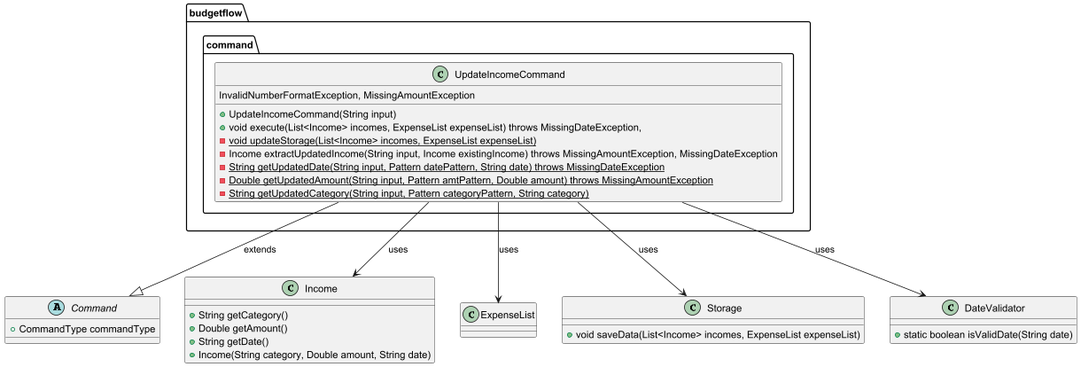
Earlier version of the PlantUML export docs/diagrams/UpdateIncomeCommandClass.png (thienkimtranhoang/tp). Its diagram source:
```plantuml
@startuml

package "budgetflow.command" {
    class UpdateIncomeCommand {

        + UpdateIncomeCommand(String input)
        + void execute(List<Income> incomes, ExpenseList expenseList) throws MissingDateException,
         InvalidNumberFormatException, MissingAmountException
        - {static} void updateStorage(List<Income> incomes, ExpenseList expenseList)
        - Income extractUpdatedIncome(String input, Income existingIncome) throws MissingAmountException, MissingDateException
        - {static} String getUpdatedDate(String input, Pattern datePattern, String date) throws MissingDateException
        - {static} Double getUpdatedAmount(String input, Pattern amtPattern, Double amount) throws MissingAmountException
        - {static} String getUpdatedCategory(String input, Pattern categoryPattern, String category)
    }
}

abstract class Command {
    + CommandType commandType
}

class Income {
    + String getCategory()
    + Double getAmount()
    + String getDate()
    + Income(String category, Double amount, String date)
}

class ExpenseList {}

class Storage {
    + void saveData(List<Income> incomes, ExpenseList expenseList)
}

class DateValidator {
    + static boolean isValidDate(String date)
}

UpdateIncomeCommand --|> Command : extends
UpdateIncomeCommand --> Income : uses
UpdateIncomeCommand --> ExpenseList : uses
UpdateIncomeCommand --> Storage : uses
UpdateIncomeCommand --> DateValidator : uses

@enduml
```
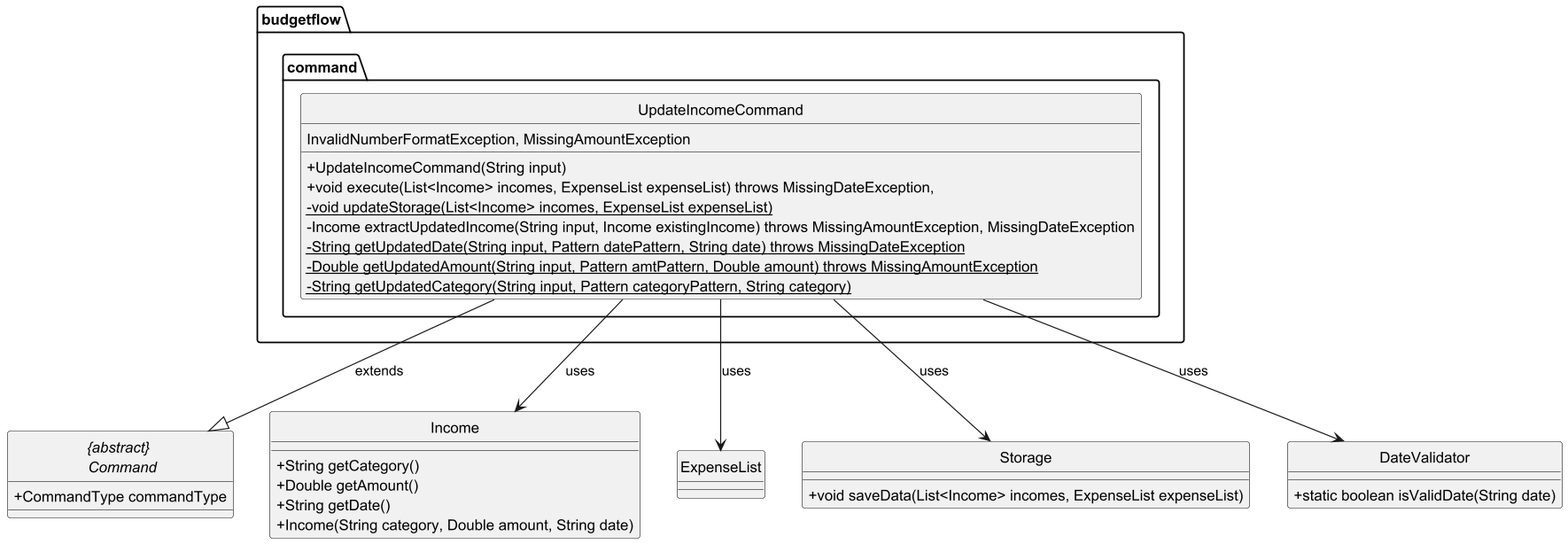
The same diagram one commit later.

What changed in the source:
```diff
@@ -1,4 +1,8 @@
 @startuml
+
+hide circle
+skinparam classAttributeIconSize 0
+
 
 package "budgetflow.command" {
     class UpdateIncomeCommand {
@@ -14,7 +18,7 @@
     }
 }
 
-abstract class Command {
+abstract class "{abstract} \n Command" {
     + CommandType commandType
 }
 
@@ -35,7 +39,7 @@
     + static boolean isValidDate(String date)
 }
 
-UpdateIncomeCommand --|> Command : extends
+UpdateIncomeCommand --|> "{abstract} \n Command" : extends
 UpdateIncomeCommand --> Income : uses
 UpdateIncomeCommand --> ExpenseList : uses
 UpdateIncomeCommand --> Storage : uses
```
